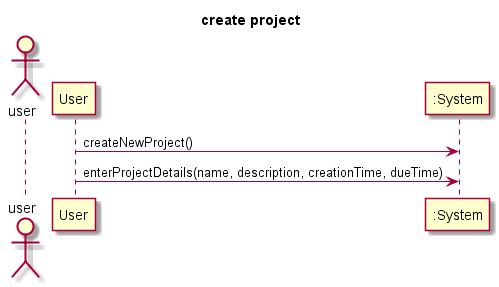
Above: SSD/use case 2.png in julienbenaouda/projectJJA (PlantUML), before the change. Source of this version:
```plantuml
@startuml
title create project
actor user
User -> ":System": createNewProject()
User -> ":System": enterProjectDetails(name, description, creationTime, dueTime)
@enduml
```
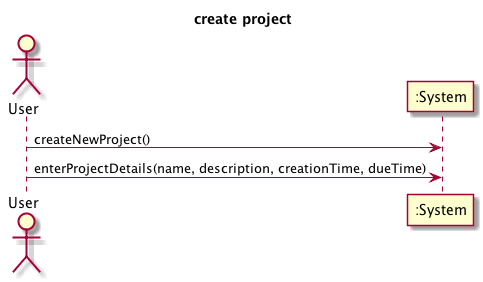
The same diagram one commit later.

Change to the diagram source:
```diff
@@ -1,6 +1,6 @@
 @startuml
 title create project
-actor user
+actor User
 User -> ":System": createNewProject()
 User -> ":System": enterProjectDetails(name, description, creationTime, dueTime)
 @enduml
```
